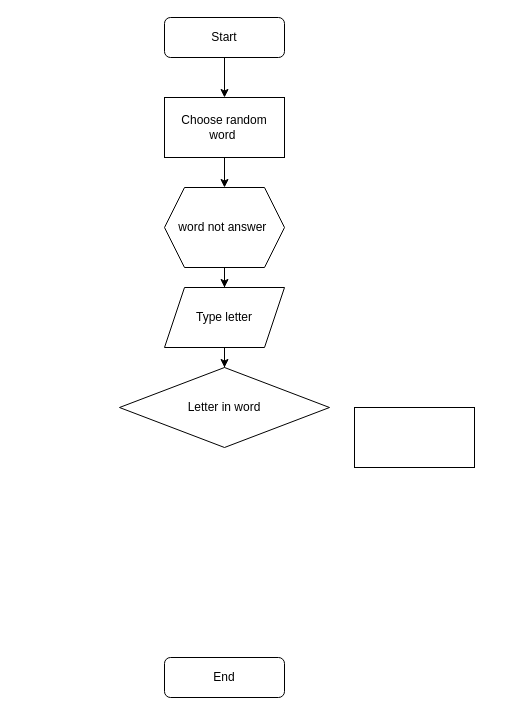
v3n7/100_days_of_code keeps this draw.io diagram as Hangman.drawio. Above is the earlier version. Source tidied: cells renumbered, new cells numbered last; positions are measured from the earlier drawing's top-left corner, leaving out a move shared by most shapes. Both pictures are drawn from the tidied source at 100%, with x=0, y=0 at pixel (119, 17).
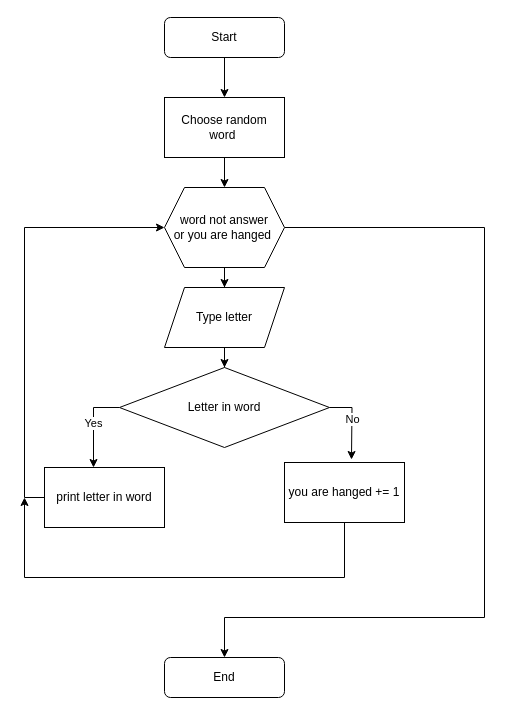
The same page after the edit.

The change refers to these unchanged cells:
```xml
<mxCell id="4" value="End" style="rounded=1;whiteSpace=wrap;html=1;fontSize=12;glass=0;strokeWidth=1;shadow=0;" parent="1" vertex="1">
  <mxGeometry x="45" y="640" width="120" height="40" as="geometry" />
</mxCell>
<mxCell id="11" value="Letter in word" style="rhombus;whiteSpace=wrap;html=1;" parent="1" vertex="1">
  <mxGeometry y="350" width="210" height="80" as="geometry" />
</mxCell>
```

Change to the diagram source:
```diff
@@
+    <mxCell id="13" style="edgeStyle=orthogonalEdgeStyle;rounded=0;jettySize=auto;html=1;entryX=0.5;entryY=0;entryDx=0;entryDy=0;exitX=1;exitY=0.5;exitDx=0;exitDy=0;" parent="1" edge="1" source="8" target="4">
+      <mxGeometry relative="1" as="geometry">
+        <Array as="points">
+          <mxPoint x="365" y="210" />
+          <mxPoint x="365" y="600" />
+          <mxPoint x="105" y="600" />
+        </Array>
+      </mxGeometry>
+    </mxCell>
-    <mxCell id="8" value="word not answer&amp;nbsp;" style="shape=hexagon;perimeter=hexagonPerimeter2;whiteSpace=wrap;html=1;fixedSize=1;" parent="1" vertex="1">
+    <mxCell id="8" value="word not answer&lt;br&gt;or you are hanged&amp;nbsp;" style="shape=hexagon;perimeter=hexagonPerimeter2;whiteSpace=wrap;html=1;fixedSize=1;" parent="1" vertex="1">
       <mxGeometry x="45" y="170" width="120" height="80" as="geometry" />
     </mxCell>
@@
+    <mxCell id="14" style="edgeStyle=orthogonalEdgeStyle;rounded=0;jettySize=auto;html=1;exitX=1;exitY=0.5;exitDx=0;exitDy=0;" parent="1" edge="1" source="11">
+      <mxGeometry relative="1" as="geometry">
+        <mxPoint x="232" y="442" as="targetPoint" />
+      </mxGeometry>
+    </mxCell>
+    <mxCell id="15" value="No" style="edgeLabel;html=1;align=center;verticalAlign=middle;" parent="14" vertex="1">
+      <mxGeometry x="-0.08" relative="1" as="geometry" />
+    </mxCell>
+    <mxCell id="16" style="edgeStyle=orthogonalEdgeStyle;rounded=0;jettySize=auto;html=1;exitX=0;exitY=0.5;exitDx=0;exitDy=0;" parent="1" edge="1" source="11">
+      <mxGeometry relative="1" as="geometry">
+        <mxPoint x="-26" y="450" as="targetPoint" />
+        <Array as="points">
+          <mxPoint x="-26" y="390" />
+        </Array>
+      </mxGeometry>
+    </mxCell>
+    <mxCell id="17" value="Yes" style="edgeLabel;html=1;align=center;verticalAlign=middle;" parent="16" vertex="1">
+      <mxGeometry x="-0.05" y="-1" relative="1" as="geometry" />
+    </mxCell>
@@
+    <mxCell id="18" style="edgeStyle=orthogonalEdgeStyle;rounded=0;jettySize=auto;html=1;entryX=0;entryY=0.5;entryDx=0;entryDy=0;exitX=0;exitY=0.5;exitDx=0;exitDy=0;" parent="1" edge="1" source="12" target="8">
+      <mxGeometry relative="1" as="geometry" />
+    </mxCell>
-    <mxCell id="12" style="rounded=0;whiteSpace=wrap;html=1;" parent="1" vertex="1">
-      <mxGeometry x="235" y="390" width="120" height="60" as="geometry" />
+    <mxCell id="12" value="print letter in word" style="rounded=0;whiteSpace=wrap;html=1;" parent="1" vertex="1">
+      <mxGeometry x="-75" y="450" width="120" height="60" as="geometry" />
     </mxCell>
+    <mxCell id="19" style="edgeStyle=orthogonalEdgeStyle;rounded=0;jettySize=auto;html=1;" parent="1" edge="1" source="20">
+      <mxGeometry relative="1" as="geometry">
+        <mxPoint x="-95" y="480" as="targetPoint" />
+        <Array as="points">
+          <mxPoint x="225" y="560" />
+          <mxPoint x="-95" y="560" />
+        </Array>
+      </mxGeometry>
+    </mxCell>
+    <mxCell id="20" value="you are hanged += 1" style="rounded=0;whiteSpace=wrap;html=1;" parent="1" vertex="1">
+      <mxGeometry x="165" y="445" width="120" height="60" as="geometry" />
+    </mxCell>
```
